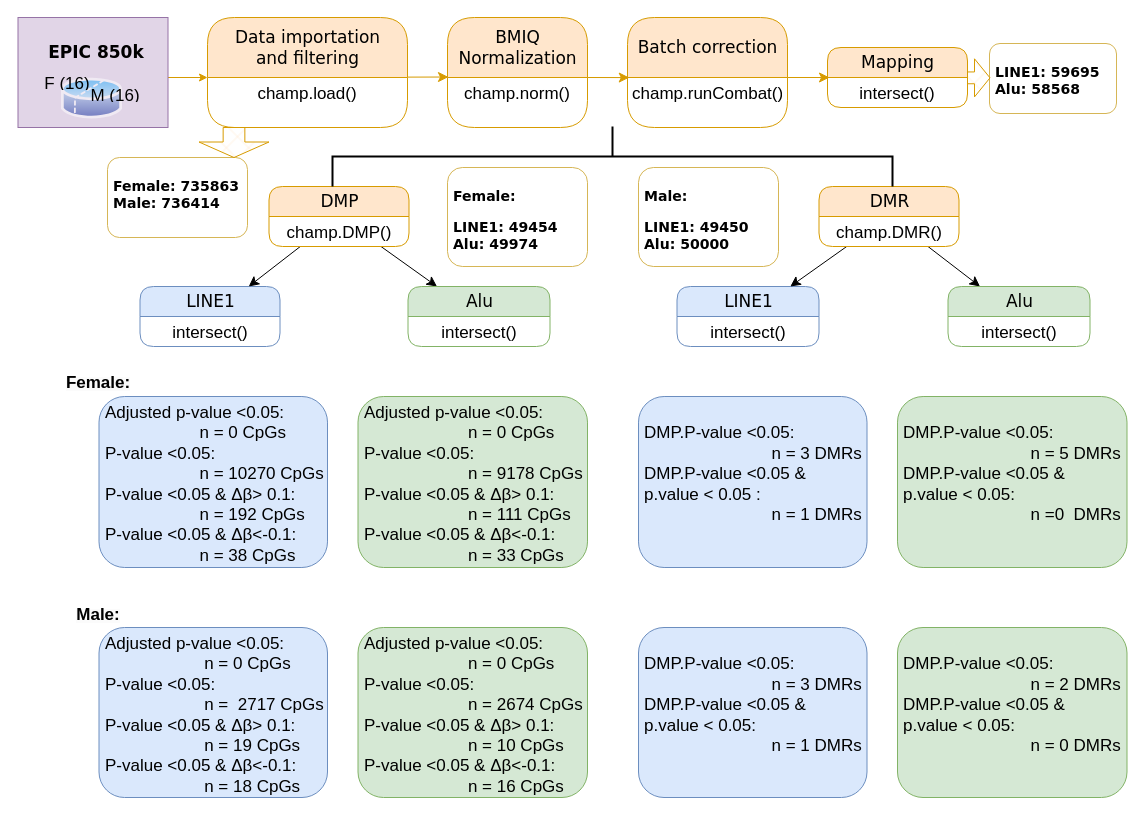
mwLuan/image_storage keeps this draw.io diagram as LBP.drawio. Above is the earlier version. Source tidied: cells renumbered, new cells numbered last; positions are measured from the earlier drawing's top-left corner, leaving out a move shared by most shapes. Both pictures are drawn from the tidied source at 100%, with x=0, y=0 at pixel (17, -124).
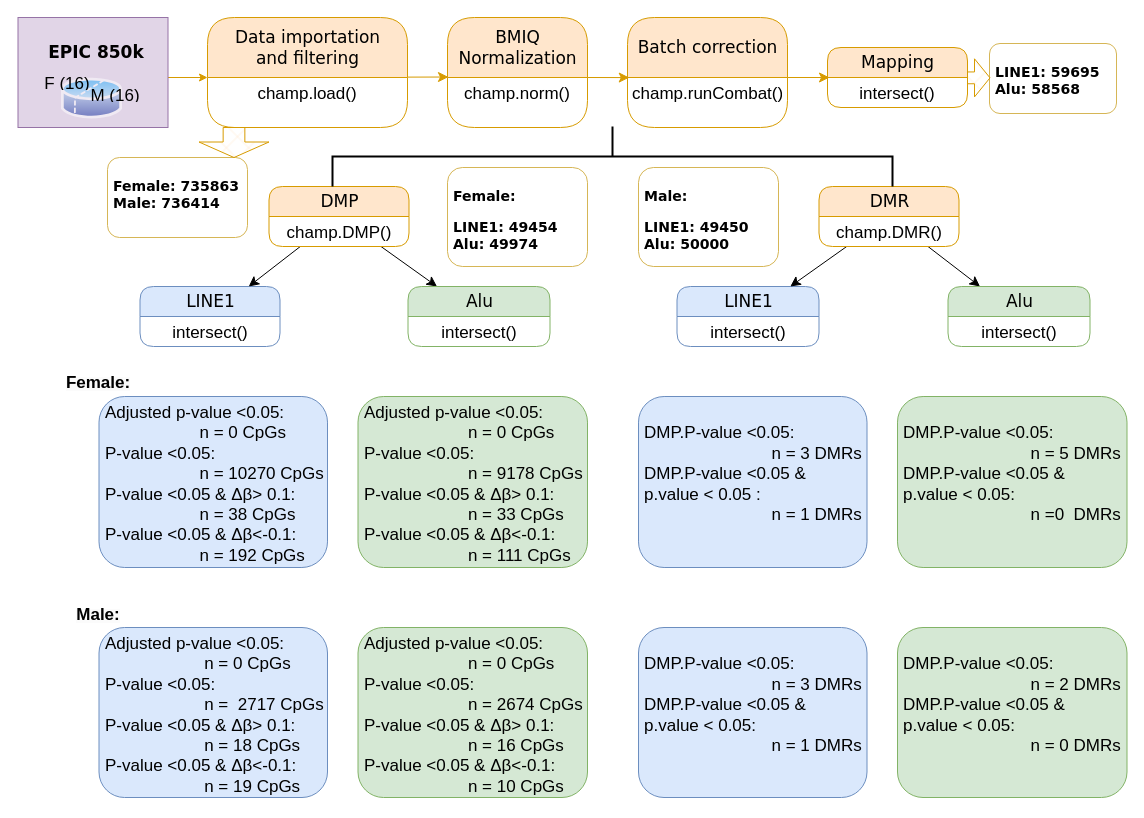
The same diagram, later.

What changed in the source:
```diff
@@
-    <mxCell id="27" value="&lt;font style=&quot;font-size: 17px;&quot;&gt;Adjusted p-value &amp;lt;0.05: &lt;br&gt;&amp;nbsp; &amp;nbsp; &amp;nbsp; &amp;nbsp; &amp;nbsp; &amp;nbsp; &amp;nbsp; &amp;nbsp; &amp;nbsp; &amp;nbsp; n = 0 CpGs &lt;br&gt;P-value &amp;lt;0.05: &lt;br&gt;&amp;nbsp; &amp;nbsp; &amp;nbsp; &amp;nbsp; &amp;nbsp; &amp;nbsp; &amp;nbsp; &amp;nbsp; &amp;nbsp; &amp;nbsp; n = 10270 CpGs&lt;br&gt;P-value &amp;lt;0.05 &amp;amp; Δβ&amp;gt; 0.1:&lt;br&gt;&amp;nbsp; &amp;nbsp; &amp;nbsp; &amp;nbsp; &amp;nbsp; &amp;nbsp; &amp;nbsp; &amp;nbsp; &amp;nbsp; &amp;nbsp; n = 192 CpGs&lt;br&gt;P-value &amp;lt;0.05 &amp;amp; Δβ&amp;lt;-0.1: &lt;br&gt;&amp;nbsp; &amp;nbsp; &amp;nbsp; &amp;nbsp; &amp;nbsp; &amp;nbsp; &amp;nbsp; &amp;nbsp; &amp;nbsp; &amp;nbsp; n = 38 CpGs&lt;/font&gt;" style="text;html=1;spacingLeft=4;spacingRight=4;whiteSpace=wrap;overflow=hidden;align=left;rounded=1;fillColor=#dae8fc;strokeColor=#6c8ebf;" parent="1" vertex="1">
+    <mxCell id="27" value="&lt;font style=&quot;font-size: 17px;&quot;&gt;Adjusted p-value &amp;lt;0.05: &lt;br&gt;&amp;nbsp; &amp;nbsp; &amp;nbsp; &amp;nbsp; &amp;nbsp; &amp;nbsp; &amp;nbsp; &amp;nbsp; &amp;nbsp; &amp;nbsp; n = 0 CpGs &lt;br&gt;P-value &amp;lt;0.05: &lt;br&gt;&amp;nbsp; &amp;nbsp; &amp;nbsp; &amp;nbsp; &amp;nbsp; &amp;nbsp; &amp;nbsp; &amp;nbsp; &amp;nbsp; &amp;nbsp; n = 10270 CpGs&lt;br&gt;P-value &amp;lt;0.05 &amp;amp; Δβ&amp;gt; 0.1:&lt;br&gt;&amp;nbsp; &amp;nbsp; &amp;nbsp; &amp;nbsp; &amp;nbsp; &amp;nbsp; &amp;nbsp; &amp;nbsp; &amp;nbsp; &amp;nbsp; n = 38 CpGs&lt;br&gt;P-value &amp;lt;0.05 &amp;amp; Δβ&amp;lt;-0.1: &lt;br&gt;&amp;nbsp; &amp;nbsp; &amp;nbsp; &amp;nbsp; &amp;nbsp; &amp;nbsp; &amp;nbsp; &amp;nbsp; &amp;nbsp; &amp;nbsp; n = 192 CpGs&lt;/font&gt;" style="text;html=1;spacingLeft=4;spacingRight=4;whiteSpace=wrap;overflow=hidden;align=left;rounded=1;fillColor=#dae8fc;strokeColor=#6c8ebf;" parent="1" vertex="1">
       <mxGeometry x="81.5" y="520" width="228.5" height="171" as="geometry" />
     </mxCell>
@@
-    <mxCell id="30" value="&lt;font style=&quot;font-size: 17px;&quot;&gt;Adjusted p-value &amp;lt;0.05: &lt;br&gt;&amp;nbsp; &amp;nbsp; &amp;nbsp; &amp;nbsp; &amp;nbsp; &amp;nbsp; &amp;nbsp; &amp;nbsp; &amp;nbsp; &amp;nbsp; &amp;nbsp; n = 0 CpGs &lt;br&gt;P-value &amp;lt;0.05: &lt;br&gt;&amp;nbsp; &amp;nbsp; &amp;nbsp; &amp;nbsp; &amp;nbsp; &amp;nbsp; &amp;nbsp; &amp;nbsp; &amp;nbsp; &amp;nbsp; &amp;nbsp; n = 9178 CpGs&lt;br&gt;P-value &amp;lt;0.05 &amp;amp; Δβ&amp;gt; 0.1:&lt;br&gt;&amp;nbsp; &amp;nbsp; &amp;nbsp; &amp;nbsp; &amp;nbsp; &amp;nbsp; &amp;nbsp; &amp;nbsp; &amp;nbsp; &amp;nbsp; &amp;nbsp; n = 111 CpGs&lt;br&gt;P-value &amp;lt;0.05 &amp;amp; Δβ&amp;lt;-0.1: &lt;br&gt;&amp;nbsp; &amp;nbsp; &amp;nbsp; &amp;nbsp; &amp;nbsp; &amp;nbsp; &amp;nbsp; &amp;nbsp; &amp;nbsp; &amp;nbsp; &amp;nbsp; n = 33 CpGs&lt;/font&gt;" style="text;html=1;spacingLeft=4;spacingRight=4;whiteSpace=wrap;overflow=hidden;align=left;rounded=1;fillColor=#d5e8d4;strokeColor=#82b366;" parent="1" vertex="1">
+    <mxCell id="30" value="&lt;font style=&quot;font-size: 17px;&quot;&gt;Adjusted p-value &amp;lt;0.05: &lt;br&gt;&amp;nbsp; &amp;nbsp; &amp;nbsp; &amp;nbsp; &amp;nbsp; &amp;nbsp; &amp;nbsp; &amp;nbsp; &amp;nbsp; &amp;nbsp; &amp;nbsp; n = 0 CpGs &lt;br&gt;P-value &amp;lt;0.05: &lt;br&gt;&amp;nbsp; &amp;nbsp; &amp;nbsp; &amp;nbsp; &amp;nbsp; &amp;nbsp; &amp;nbsp; &amp;nbsp; &amp;nbsp; &amp;nbsp; &amp;nbsp; n = 9178 CpGs&lt;br&gt;P-value &amp;lt;0.05 &amp;amp; Δβ&amp;gt; 0.1:&lt;br&gt;&amp;nbsp; &amp;nbsp; &amp;nbsp; &amp;nbsp; &amp;nbsp; &amp;nbsp; &amp;nbsp; &amp;nbsp; &amp;nbsp; &amp;nbsp; &amp;nbsp; n = 33 CpGs&lt;br&gt;P-value &amp;lt;0.05 &amp;amp; Δβ&amp;lt;-0.1: &lt;br&gt;&amp;nbsp; &amp;nbsp; &amp;nbsp; &amp;nbsp; &amp;nbsp; &amp;nbsp; &amp;nbsp; &amp;nbsp; &amp;nbsp; &amp;nbsp; &amp;nbsp; n = 111 CpGs&lt;/font&gt;" style="text;html=1;spacingLeft=4;spacingRight=4;whiteSpace=wrap;overflow=hidden;align=left;rounded=1;fillColor=#d5e8d4;strokeColor=#82b366;" parent="1" vertex="1">
       <mxGeometry x="340.5" y="520" width="229.5" height="171" as="geometry" />
     </mxCell>
@@
-    <mxCell id="38" value="&lt;font style=&quot;font-size: 17px;&quot;&gt;Adjusted p-value &amp;lt;0.05: &lt;br&gt;&amp;nbsp; &amp;nbsp; &amp;nbsp; &amp;nbsp; &amp;nbsp; &amp;nbsp; &amp;nbsp; &amp;nbsp; &amp;nbsp; &amp;nbsp; &amp;nbsp;n = 0 CpGs &lt;br&gt;P-value &amp;lt;0.05: &lt;br&gt;&amp;nbsp; &amp;nbsp; &amp;nbsp; &amp;nbsp; &amp;nbsp; &amp;nbsp; &amp;nbsp; &amp;nbsp; &amp;nbsp; &amp;nbsp; &amp;nbsp;n =&amp;nbsp; 2717 CpGs&lt;br&gt;P-value &amp;lt;0.05 &amp;amp; Δβ&amp;gt; 0.1:&lt;br&gt;&amp;nbsp; &amp;nbsp; &amp;nbsp; &amp;nbsp; &amp;nbsp; &amp;nbsp; &amp;nbsp; &amp;nbsp; &amp;nbsp; &amp;nbsp; &amp;nbsp;n = 19 CpGs&lt;br&gt;P-value &amp;lt;0.05 &amp;amp; Δβ&amp;lt;-0.1: &lt;br&gt;&amp;nbsp; &amp;nbsp; &amp;nbsp; &amp;nbsp; &amp;nbsp; &amp;nbsp; &amp;nbsp; &amp;nbsp; &amp;nbsp; &amp;nbsp; &amp;nbsp;n = 18 CpGs&lt;/font&gt;" style="text;html=1;spacingLeft=4;spacingRight=4;whiteSpace=wrap;overflow=hidden;align=left;rounded=1;fillColor=#dae8fc;strokeColor=#6c8ebf;" parent="1" vertex="1">
+    <mxCell id="38" value="&lt;font style=&quot;font-size: 17px;&quot;&gt;Adjusted p-value &amp;lt;0.05: &lt;br&gt;&amp;nbsp; &amp;nbsp; &amp;nbsp; &amp;nbsp; &amp;nbsp; &amp;nbsp; &amp;nbsp; &amp;nbsp; &amp;nbsp; &amp;nbsp; &amp;nbsp;n = 0 CpGs &lt;br&gt;P-value &amp;lt;0.05: &lt;br&gt;&amp;nbsp; &amp;nbsp; &amp;nbsp; &amp;nbsp; &amp;nbsp; &amp;nbsp; &amp;nbsp; &amp;nbsp; &amp;nbsp; &amp;nbsp; &amp;nbsp;n =&amp;nbsp; 2717 CpGs&lt;br&gt;P-value &amp;lt;0.05 &amp;amp; Δβ&amp;gt; 0.1:&lt;br&gt;&amp;nbsp; &amp;nbsp; &amp;nbsp; &amp;nbsp; &amp;nbsp; &amp;nbsp; &amp;nbsp; &amp;nbsp; &amp;nbsp; &amp;nbsp; &amp;nbsp;n = 18 CpGs&lt;br&gt;P-value &amp;lt;0.05 &amp;amp; Δβ&amp;lt;-0.1: &lt;br&gt;&amp;nbsp; &amp;nbsp; &amp;nbsp; &amp;nbsp; &amp;nbsp; &amp;nbsp; &amp;nbsp; &amp;nbsp; &amp;nbsp; &amp;nbsp; &amp;nbsp;n = 19 CpGs&lt;/font&gt;" style="text;html=1;spacingLeft=4;spacingRight=4;whiteSpace=wrap;overflow=hidden;align=left;rounded=1;fillColor=#dae8fc;strokeColor=#6c8ebf;" parent="1" vertex="1">
       <mxGeometry x="81.5" y="751" width="228.5" height="170" as="geometry" />
     </mxCell>
-    <mxCell id="39" value="&lt;font style=&quot;font-size: 17px;&quot;&gt;Adjusted p-value &amp;lt;0.05: &lt;br&gt;&amp;nbsp; &amp;nbsp; &amp;nbsp; &amp;nbsp; &amp;nbsp; &amp;nbsp; &amp;nbsp; &amp;nbsp; &amp;nbsp; &amp;nbsp; &amp;nbsp; n = 0 CpGs &lt;br&gt;P-value &amp;lt;0.05: &lt;br&gt;&amp;nbsp; &amp;nbsp; &amp;nbsp; &amp;nbsp; &amp;nbsp; &amp;nbsp; &amp;nbsp; &amp;nbsp; &amp;nbsp; &amp;nbsp; &amp;nbsp; n = 2674 CpGs&lt;br&gt;P-value &amp;lt;0.05 &amp;amp; Δβ&amp;gt; 0.1:&lt;br&gt;&amp;nbsp; &amp;nbsp; &amp;nbsp; &amp;nbsp; &amp;nbsp; &amp;nbsp; &amp;nbsp; &amp;nbsp; &amp;nbsp; &amp;nbsp; &amp;nbsp; n = 10 CpGs&lt;br&gt;P-value &amp;lt;0.05 &amp;amp; Δβ&amp;lt;-0.1: &lt;br&gt;&amp;nbsp; &amp;nbsp; &amp;nbsp; &amp;nbsp; &amp;nbsp; &amp;nbsp; &amp;nbsp; &amp;nbsp; &amp;nbsp; &amp;nbsp; &amp;nbsp; n = 16 CpGs&lt;/font&gt;" style="text;html=1;spacingLeft=4;spacingRight=4;whiteSpace=wrap;overflow=hidden;align=left;rounded=1;fillColor=#d5e8d4;strokeColor=#82b366;" parent="1" vertex="1">
+    <mxCell id="39" value="&lt;font style=&quot;font-size: 17px;&quot;&gt;Adjusted p-value &amp;lt;0.05: &lt;br&gt;&amp;nbsp; &amp;nbsp; &amp;nbsp; &amp;nbsp; &amp;nbsp; &amp;nbsp; &amp;nbsp; &amp;nbsp; &amp;nbsp; &amp;nbsp; &amp;nbsp; n = 0 CpGs &lt;br&gt;P-value &amp;lt;0.05: &lt;br&gt;&amp;nbsp; &amp;nbsp; &amp;nbsp; &amp;nbsp; &amp;nbsp; &amp;nbsp; &amp;nbsp; &amp;nbsp; &amp;nbsp; &amp;nbsp; &amp;nbsp; n = 2674 CpGs&lt;br&gt;P-value &amp;lt;0.05 &amp;amp; Δβ&amp;gt; 0.1:&lt;br&gt;&amp;nbsp; &amp;nbsp; &amp;nbsp; &amp;nbsp; &amp;nbsp; &amp;nbsp; &amp;nbsp; &amp;nbsp; &amp;nbsp; &amp;nbsp; &amp;nbsp; n = 16 CpGs&lt;br&gt;P-value &amp;lt;0.05 &amp;amp; Δβ&amp;lt;-0.1: &lt;br&gt;&amp;nbsp; &amp;nbsp; &amp;nbsp; &amp;nbsp; &amp;nbsp; &amp;nbsp; &amp;nbsp; &amp;nbsp; &amp;nbsp; &amp;nbsp; &amp;nbsp; n = 10 CpGs&lt;/font&gt;" style="text;html=1;spacingLeft=4;spacingRight=4;whiteSpace=wrap;overflow=hidden;align=left;rounded=1;fillColor=#d5e8d4;strokeColor=#82b366;" parent="1" vertex="1">
       <mxGeometry x="340.5" y="751" width="229.5" height="170" as="geometry" />
     </mxCell>
```
